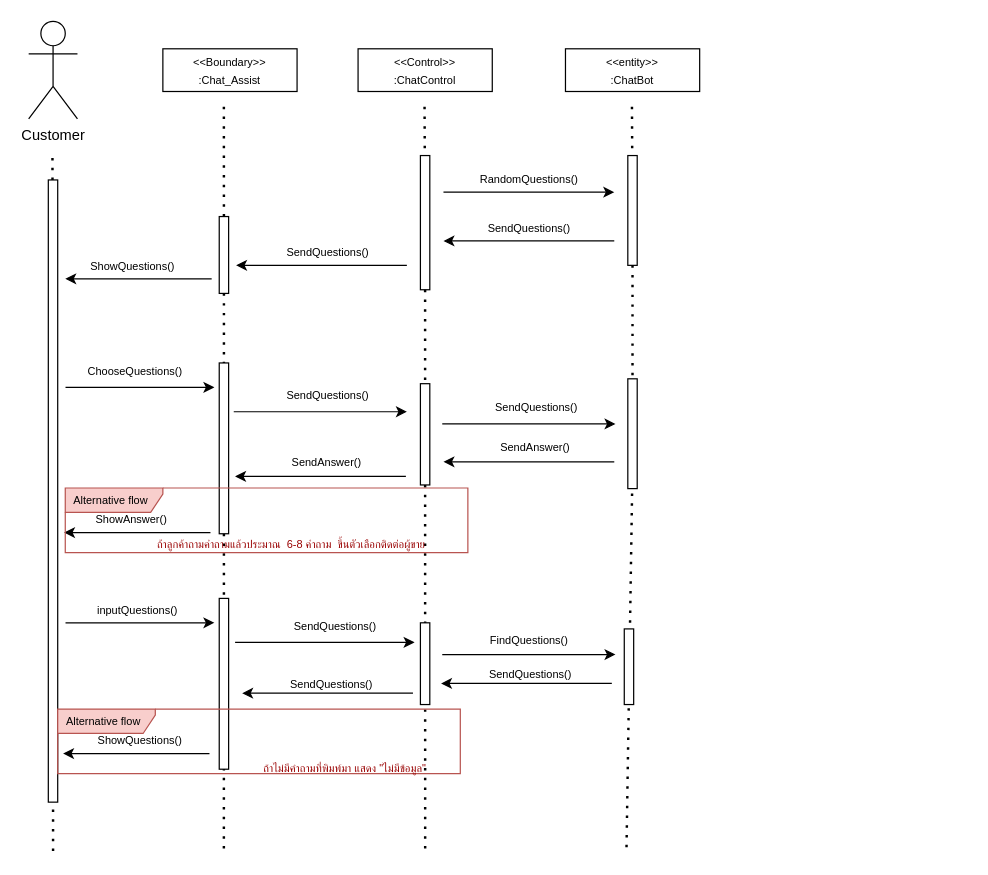
munkeawtoast/isad-diagrams keeps this draw.io diagram as page "Page-1" (1 of 2) of Request Durian info and FAQ.drawio. Above is the earlier version. Source tidied: cells renumbered, new cells numbered last; positions are measured from the earlier drawing's top-left corner, leaving out a move shared by most shapes. Both pictures are drawn from the tidied source at 122%, with x=0, y=0 at pixel (28, 21).
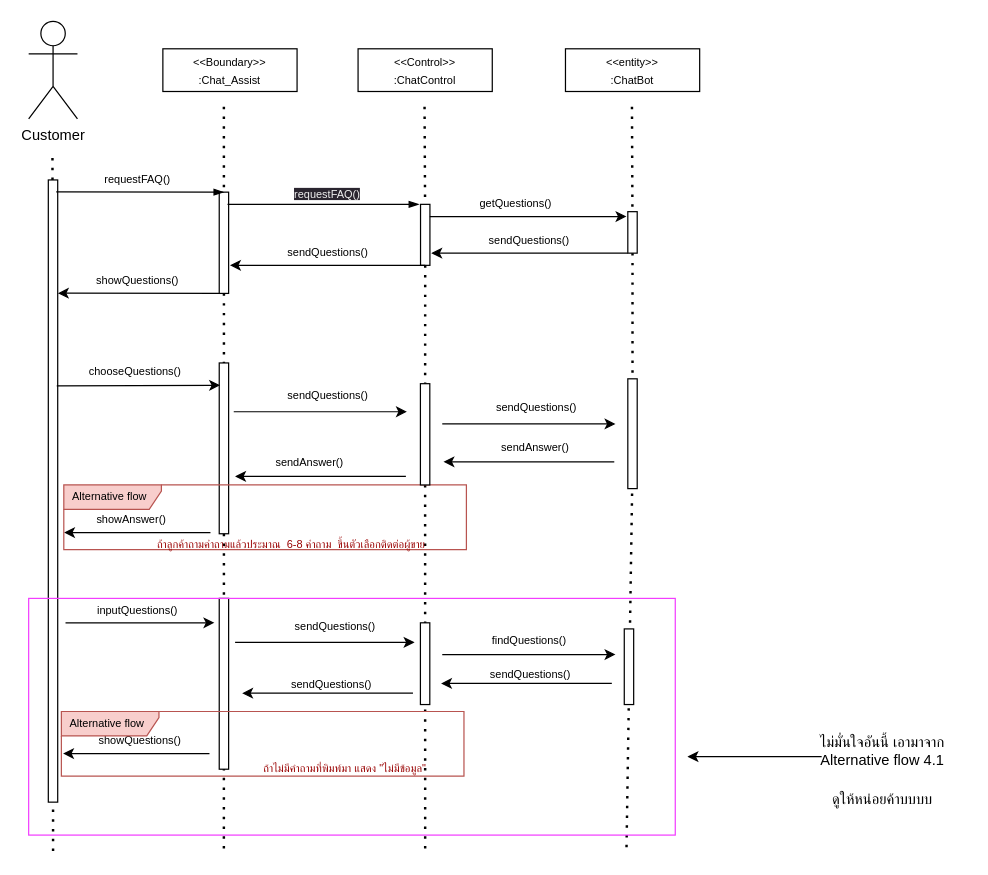
After the change.

Unchanged cells that the change refers to:
```xml
<mxCell id="5" style="rounded=0;whiteSpace=wrap;html=1;fontSize=9;" parent="1" vertex="1">
  <mxGeometry x="16.1" y="130" width="7.7" height="510" as="geometry" />
</mxCell>
<mxCell id="26" style="rounded=0;whiteSpace=wrap;html=1;fontSize=9;" parent="1" vertex="1">
  <mxGeometry x="156.2" y="280" width="7.7" height="140" as="geometry" />
</mxCell>
```

What changed in the source:
```diff
@@
     <mxCell id="10" style="endArrow=classic;html=1;verticalAlign=top;" parent="1" edge="1">
       <mxGeometry relative="1" as="geometry">
-        <mxPoint x="480" y="180" as="sourcePoint" />
-        <mxPoint x="340" y="180" as="targetPoint" />
+        <mxPoint x="491.1" y="190" as="sourcePoint" />
+        <mxPoint x="330" y="190" as="targetPoint" />
       </mxGeometry>
     </mxCell>
@@
     <mxCell id="12" style="rounded=0;whiteSpace=wrap;html=1;fontSize=9;" parent="1" vertex="1">
-      <mxGeometry x="491.1" y="110" width="7.7" height="90" as="geometry" />
+      <mxGeometry x="491.1" y="156" width="7.7" height="34" as="geometry" />
     </mxCell>
@@
     <mxCell id="14" style="rounded=0;whiteSpace=wrap;html=1;fontSize=9;" parent="1" vertex="1">
-      <mxGeometry x="321.1" y="110" width="7.7" height="110" as="geometry" />
+      <mxGeometry x="321.2" y="150" width="7.7" height="50" as="geometry" />
     </mxCell>
-    <mxCell id="15" style="endArrow=classic;html=1;" parent="1" edge="1">
+    <mxCell id="15" style="endArrow=classic;html=1;exitX=0.5;exitY=1;exitDx=0;exitDy=0;" parent="1" edge="1" source="14">
       <mxGeometry relative="1" as="geometry">
-        <mxPoint x="310" y="200" as="sourcePoint" />
-        <mxPoint x="170" y="200" as="targetPoint" />
+        <mxPoint x="165" y="200" as="targetPoint" />
       </mxGeometry>
     </mxCell>
     <mxCell id="16" style="endArrow=classic;html=1;verticalAlign=top;" parent="1" edge="1">
       <mxGeometry relative="1" as="geometry">
-        <mxPoint x="340" y="140" as="sourcePoint" />
-        <mxPoint x="480" y="140" as="targetPoint" />
+        <mxPoint x="328.8" y="160" as="sourcePoint" />
+        <mxPoint x="490" y="160" as="targetPoint" />
       </mxGeometry>
     </mxCell>
-    <mxCell id="17" value="RandomQuestions()" style="text;html=1;align=center;verticalAlign=middle;strokeColor=none;fillColor=none;fontSize=9;" parent="1" vertex="1">
-      <mxGeometry x="360" y="120" width="100" height="20" as="geometry" />
+    <mxCell id="17" value="getQuestions()" style="text;html=1;align=center;verticalAlign=middle;strokeColor=none;fillColor=none;fontSize=9;" parent="1" vertex="1">
+      <mxGeometry x="358.8" y="140" width="80" height="20" as="geometry" />
     </mxCell>
-    <mxCell id="18" value="SendQuestions()" style="text;html=1;align=center;verticalAlign=middle;strokeColor=none;fillColor=none;fontSize=9;" parent="1" vertex="1">
-      <mxGeometry x="365" y="160" width="90" height="20" as="geometry" />
+    <mxCell id="18" value="sendQuestions()" style="text;html=1;align=center;verticalAlign=middle;strokeColor=none;fillColor=none;fontSize=9;" parent="1" vertex="1">
+      <mxGeometry x="365" y="170" width="90" height="20" as="geometry" />
     </mxCell>
-    <mxCell id="19" value="SendQuestions()" style="text;html=1;align=center;verticalAlign=middle;strokeColor=none;fillColor=none;fontSize=9;" parent="1" vertex="1">
+    <mxCell id="19" value="sendQuestions()" style="text;html=1;align=center;verticalAlign=middle;strokeColor=none;fillColor=none;fontSize=9;" parent="1" vertex="1">
       <mxGeometry x="200" y="180" width="90" height="20" as="geometry" />
     </mxCell>
-    <mxCell id="20" value="ShowQuestions()" style="text;html=1;align=center;verticalAlign=middle;strokeColor=none;fillColor=none;fontSize=9;" parent="1" vertex="1">
-      <mxGeometry x="40" y="191" width="90" height="20" as="geometry" />
+    <mxCell id="20" value="showQuestions()" style="text;html=1;align=center;verticalAlign=middle;strokeColor=none;fillColor=none;fontSize=9;" parent="1" vertex="1">
+      <mxGeometry x="44" y="203" width="90" height="20" as="geometry" />
     </mxCell>
-    <mxCell id="21" style="endArrow=classic;html=1;verticalAlign=top;" parent="1" edge="1">
-      <mxGeometry relative="1" as="geometry">
-        <mxPoint x="150" y="211" as="sourcePoint" />
-        <mxPoint x="30" y="211" as="targetPoint" />
-      </mxGeometry>
+    <mxCell id="21" style="endArrow=classic;html=1;verticalAlign=top;exitX=0.25;exitY=1;exitDx=0;exitDy=0;entryX=1.021;entryY=0.182;entryDx=0;entryDy=0;entryPerimeter=0;" parent="1" edge="1" source="24" target="5">
+      <mxGeometry relative="1" as="geometry" />
     </mxCell>
@@
     <mxCell id="24" style="rounded=0;whiteSpace=wrap;html=1;fontSize=9;" parent="1" vertex="1">
-      <mxGeometry x="156.2" y="160" width="7.7" height="63" as="geometry" />
+      <mxGeometry x="156.2" y="140" width="7.7" height="83" as="geometry" />
     </mxCell>
@@
-    <mxCell id="27" style="endArrow=classic;html=1;verticalAlign=top;" parent="1" edge="1">
-      <mxGeometry relative="1" as="geometry">
-        <mxPoint x="30.2" y="300" as="sourcePoint" />
-        <mxPoint x="152.2" y="300" as="targetPoint" />
-      </mxGeometry>
+    <mxCell id="27" style="endArrow=classic;html=1;verticalAlign=top;entryX=0.093;entryY=0.131;entryDx=0;entryDy=0;entryPerimeter=0;exitX=0.9;exitY=0.331;exitDx=0;exitDy=0;exitPerimeter=0;" parent="1" edge="1" source="5" target="26">
+      <mxGeometry relative="1" as="geometry" />
     </mxCell>
-    <mxCell id="28" value="ChooseQuestions()" style="text;html=1;align=center;verticalAlign=middle;strokeColor=none;fillColor=none;fontSize=9;" parent="1" vertex="1">
+    <mxCell id="28" value="chooseQuestions()" style="text;html=1;align=center;verticalAlign=middle;strokeColor=none;fillColor=none;fontSize=9;" parent="1" vertex="1">
       <mxGeometry x="37" y="277" width="100" height="20" as="geometry" />
     </mxCell>
@@
-    <mxCell id="30" value="SendQuestions()" style="text;html=1;align=center;verticalAlign=middle;strokeColor=none;fillColor=none;fontSize=9;" parent="1" vertex="1">
+    <mxCell id="30" value="sendQuestions()" style="text;html=1;align=center;verticalAlign=middle;strokeColor=none;fillColor=none;fontSize=9;" parent="1" vertex="1">
       <mxGeometry x="200" y="297" width="90" height="20" as="geometry" />
     </mxCell>
@@
-    <mxCell id="32" value="SendQuestions()" style="text;html=1;align=center;verticalAlign=middle;strokeColor=none;fillColor=none;fontSize=9;" parent="1" vertex="1">
+    <mxCell id="32" value="sendQuestions()" style="text;html=1;align=center;verticalAlign=middle;strokeColor=none;fillColor=none;fontSize=9;" parent="1" vertex="1">
       <mxGeometry x="371" y="307" width="90" height="20" as="geometry" />
     </mxCell>
@@
-    <mxCell id="36" value="SendAnswer()" style="text;html=1;align=center;verticalAlign=middle;strokeColor=none;fillColor=none;fontSize=9;" parent="1" vertex="1">
+    <mxCell id="36" value="sendAnswer()" style="text;html=1;align=center;verticalAlign=middle;strokeColor=none;fillColor=none;fontSize=9;" parent="1" vertex="1">
       <mxGeometry x="375" y="340" width="80" height="20" as="geometry" />
     </mxCell>
-    <mxCell id="37" value="ShowAnswer()" style="text;html=1;align=center;verticalAlign=middle;strokeColor=none;fillColor=none;fontSize=9;" parent="1" vertex="1">
+    <mxCell id="37" value="showAnswer()" style="text;html=1;align=center;verticalAlign=middle;strokeColor=none;fillColor=none;fontSize=9;" parent="1" vertex="1">
       <mxGeometry x="44" y="399" width="80" height="20" as="geometry" />
     </mxCell>
@@
     <mxCell id="39" value="&lt;font style=&quot;font-size: 9px;&quot;&gt;Alternative flow&lt;/font&gt;" style="shape=umlFrame;whiteSpace=wrap;html=1;width=80;height=20;boundedLbl=1;verticalAlign=middle;align=left;spacingLeft=5;strokeWidth=1;fontSize=9;fillColor=#f8cecc;strokeColor=#b85450;" parent="1" vertex="1">
-      <mxGeometry x="30" y="382.5" width="330" height="53" as="geometry" />
+      <mxGeometry x="28.8" y="380" width="330" height="53" as="geometry" />
     </mxCell>
@@
-    <mxCell id="47" value="SendQuestions()" style="text;html=1;align=center;verticalAlign=middle;strokeColor=none;fillColor=none;fontSize=9;" parent="1" vertex="1">
+    <mxCell id="47" value="sendQuestions()" style="text;html=1;align=center;verticalAlign=middle;strokeColor=none;fillColor=none;fontSize=9;" parent="1" vertex="1">
       <mxGeometry x="206.2" y="486" width="90" height="20" as="geometry" />
     </mxCell>
@@
-    <mxCell id="49" value="FindQuestions()" style="text;html=1;align=center;verticalAlign=middle;strokeColor=none;fillColor=none;fontSize=9;" parent="1" vertex="1">
-      <mxGeometry x="365" y="498" width="90" height="20" as="geometry" />
+    <mxCell id="49" value="findQuestions()" style="text;html=1;align=center;verticalAlign=middle;strokeColor=none;fillColor=none;fontSize=9;" parent="1" vertex="1">
+      <mxGeometry x="370" y="498" width="80" height="20" as="geometry" />
     </mxCell>
@@
-    <mxCell id="52" value="&lt;br&gt;SendQuestions()" style="text;html=1;align=center;verticalAlign=middle;strokeColor=none;fillColor=none;fontSize=9;" parent="1" vertex="1">
+    <mxCell id="52" value="&lt;br&gt;sendQuestions()" style="text;html=1;align=center;verticalAlign=middle;strokeColor=none;fillColor=none;fontSize=9;" parent="1" vertex="1">
       <mxGeometry x="366" y="510" width="90" height="40" as="geometry" />
     </mxCell>
-    <mxCell id="53" value="ShowQuestions()" style="text;html=1;align=center;verticalAlign=middle;strokeColor=none;fillColor=none;fontSize=9;" parent="1" vertex="1">
+    <mxCell id="53" value="showQuestions()" style="text;html=1;align=center;verticalAlign=middle;strokeColor=none;fillColor=none;fontSize=9;" parent="1" vertex="1">
       <mxGeometry x="46.2" y="580.2" width="90" height="20" as="geometry" />
     </mxCell>
@@
     <mxCell id="55" value="&lt;font style=&quot;font-size: 9px;&quot;&gt;Alternative flow&lt;/font&gt;" style="shape=umlFrame;whiteSpace=wrap;html=1;width=80;height=20;boundedLbl=1;verticalAlign=middle;align=left;spacingLeft=5;strokeWidth=1;fontSize=9;fillColor=#f8cecc;strokeColor=#b85450;" parent="1" vertex="1">
-      <mxGeometry x="23.8" y="563.7" width="330" height="53" as="geometry" />
+      <mxGeometry x="26.8" y="565.7" width="330" height="53" as="geometry" />
     </mxCell>
@@
-    <mxCell id="60" value="SendAnswer()" style="text;html=1;align=center;verticalAlign=middle;strokeColor=none;fillColor=none;fontSize=9;" parent="1" vertex="1">
-      <mxGeometry x="204.2" y="352" width="80" height="20" as="geometry" />
-    </mxCell>
@@
-    <mxCell id="62" value="&lt;br&gt;SendQuestions()" style="text;html=1;align=center;verticalAlign=middle;strokeColor=none;fillColor=none;fontSize=9;" parent="1" vertex="1">
+    <mxCell id="62" value="&lt;br&gt;sendQuestions()" style="text;html=1;align=center;verticalAlign=middle;strokeColor=none;fillColor=none;fontSize=9;" parent="1" vertex="1">
       <mxGeometry x="203" y="518" width="90" height="40" as="geometry" />
     </mxCell>
+    <mxCell id="63" style="fontSize=12;html=1;endArrow=blockThin;endFill=1;entryX=0.5;entryY=0;entryDx=0;entryDy=0;exitX=0.847;exitY=0.019;exitDx=0;exitDy=0;exitPerimeter=0;" parent="1" edge="1" source="5" target="24">
+      <mxGeometry relative="1" as="geometry" />
+    </mxCell>
+    <mxCell id="64" value="requestFAQ()" style="text;html=1;align=center;verticalAlign=middle;strokeColor=none;fillColor=none;fontSize=9;" parent="1" vertex="1">
+      <mxGeometry x="49" y="120" width="80" height="20" as="geometry" />
+    </mxCell>
+    <mxCell id="65" style="fontSize=12;html=1;endArrow=blockThin;endFill=1;" parent="1" edge="1">
+      <mxGeometry relative="1" as="geometry">
+        <mxPoint x="163" y="150" as="sourcePoint" />
+        <mxPoint x="320" y="150" as="targetPoint" />
+      </mxGeometry>
+    </mxCell>
+    <mxCell id="66" style="rounded=0;whiteSpace=wrap;html=1;fillColor=none;strokeColor=#F23DFF;" parent="1" vertex="1">
+      <mxGeometry y="473" width="530" height="194" as="geometry" />
+    </mxCell>
+    <mxCell id="67" value="&lt;span style=&quot;color: rgb(240, 240, 240); font-family: Helvetica; font-size: 9px; font-style: normal; font-variant-ligatures: normal; font-variant-caps: normal; font-weight: 400; letter-spacing: normal; orphans: 2; text-align: center; text-indent: 0px; text-transform: none; widows: 2; word-spacing: 0px; -webkit-text-stroke-width: 0px; background-color: rgb(42, 37, 47); text-decoration-thickness: initial; text-decoration-style: initial; text-decoration-color: initial; float: none; display: inline !important;&quot;&gt;requestFAQ()&lt;/span&gt;" style="text;whiteSpace=wrap;html=1;" parent="1" vertex="1">
+      <mxGeometry x="216.2" y="127" width="53.8" height="20" as="geometry" />
+    </mxCell>
+    <mxCell id="60" value="sendAnswer()" style="text;html=1;align=center;verticalAlign=middle;strokeColor=none;fillColor=none;fontSize=9;" parent="1" vertex="1">
+      <mxGeometry x="190" y="352" width="80" height="20" as="geometry" />
+    </mxCell>
+    <mxCell id="68" style="endArrow=classic;html=1;" parent="1" edge="1">
+      <mxGeometry relative="1" as="geometry">
+        <mxPoint x="650" y="602.7" as="sourcePoint" />
+        <mxPoint x="540" y="602.7" as="targetPoint" />
+      </mxGeometry>
+    </mxCell>
+    <mxCell id="69" value="ไม่มั่นใจอันนี้ เอามาจาก Alternative flow 4.1" style="text;html=1;strokeColor=none;fillColor=none;align=center;verticalAlign=middle;whiteSpace=wrap;rounded=0;" parent="1" vertex="1">
+      <mxGeometry x="630" y="583" width="140" height="30" as="geometry" />
+    </mxCell>
+    <mxCell id="70" value="ดูให้หน่อยค้าบบบบ" style="text;html=1;strokeColor=none;fillColor=none;align=center;verticalAlign=middle;whiteSpace=wrap;rounded=0;" parent="1" vertex="1">
+      <mxGeometry x="630" y="622.7" width="140" height="30" as="geometry" />
+    </mxCell>
```
